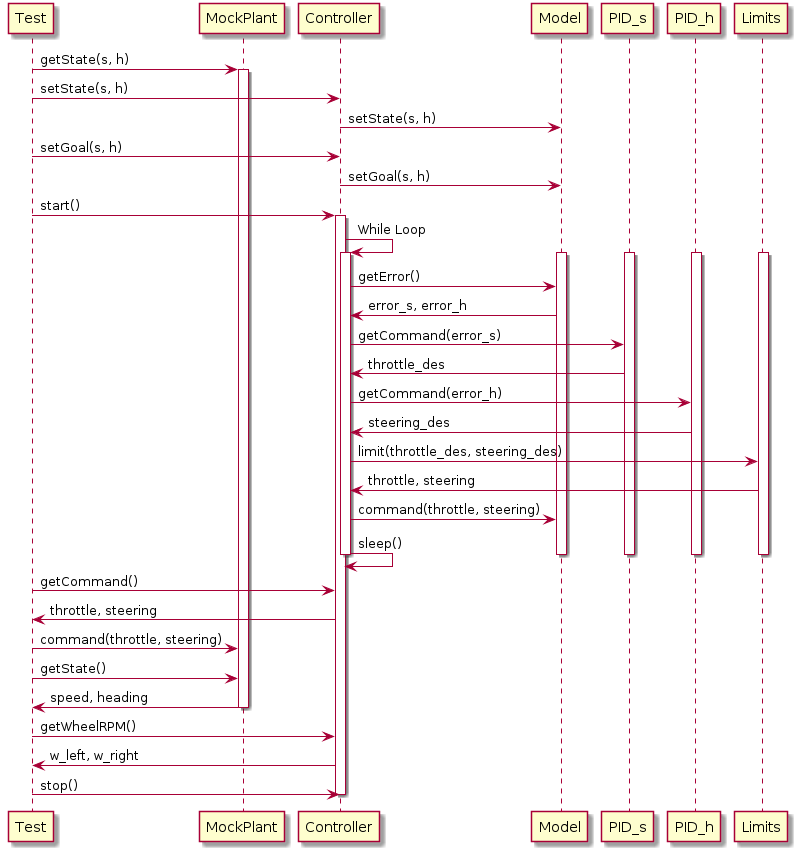
Earlier version of the PlantUML export docs/uml/activity_diagram.png (danielmohansahu/ackermann-controller).
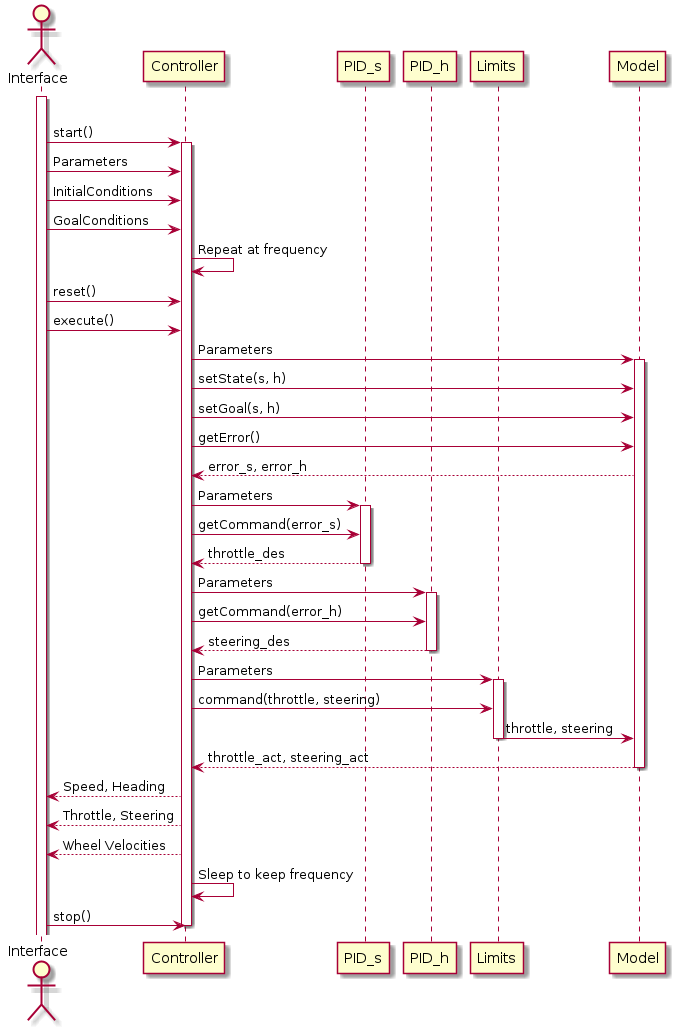
The same diagram one commit later.

Commit message:
[Task 2.8] Updated UML diagrams to reflect code to be developed.

Change to the diagram source:
```diff
@@ -1,58 +1,57 @@
 @startuml
 
-participant Test
+actor Interface
+participant Controller
+participant PID_s
+participant PID_h
+participant Limits
+participant Model
 
-Test -> MockPlant: getState(s, h)
-activate MockPlant
+activate Interface
+|||
+Interface -> Controller: start()
+activate Controller
+Interface -> Controller: Parameters
+Interface -> Controller: InitialConditions
+Interface -> Controller: GoalConditions
+Controller -> Controller: Repeat at frequency
+Interface -> Controller: reset()
+Interface -> Controller: execute()
 
-Test -> Controller: setState(s, h)
+Controller -> Model: Parameters
+activate Model
+
 Controller -> Model: setState(s, h)
 
-Test -> Controller: setGoal(s, h)
 Controller -> Model: setGoal(s, h)
+Controller -> Model: getError()
+Model --> Controller: error_s, error_h
 
-Test -> Controller: start()
-activate Controller
-Controller -> Controller: While Loop
-activate Controller
-activate Model
+Controller -> PID_s: Parameters
 activate PID_s
+Controller -> PID_s: getCommand(error_s)
+PID_s --> Controller: throttle_des
+deactivate PID_s
+
+Controller -> PID_h: Parameters
 activate PID_h
+Controller -> PID_h: getCommand(error_h)
+PID_h --> Controller: steering_des
+deactivate PID_h
+
+Controller -> Limits: Parameters
 activate Limits
+Controller -> Limits: command(throttle, steering)
+Limits -> Model: throttle, steering
+deactivate Limits
+Model --> Controller: throttle_act, steering_act
+deactivate Model
 
-Controller -> Model: getError()
-Model -> Controller: error_s, error_h
+Controller --> Interface: Speed, Heading
+Controller --> Interface: Throttle, Steering
+Controller --> Interface: Wheel Velocities
 
-Controller -> PID_s: getCommand(error_s)
-PID_s -> Controller: throttle_des
-
-Controller -> PID_h: getCommand(error_h)
-PID_h -> Controller: steering_des
-
-Controller -> Limits: limit(throttle_des, steering_des)
-Limits -> Controller: throttle, steering
-
-Controller -> Model: command(throttle, steering)
-Controller -> Controller: sleep()
-
+Controller -> Controller: Sleep to keep frequency
+Interface -> Controller: stop()
 deactivate Controller
-deactivate Model
-deactivate PID_s
-deactivate PID_h
-deactivate Limits
-
-Test -> Controller: getCommand()
-Controller -> Test: throttle, steering
-Test -> MockPlant: command(throttle, steering)
-Test -> MockPlant: getState()
-MockPlant -> Test: speed, heading
-
-deactivate MockPlant
-
-Test -> Controller: getWheelRPM()
-Controller -> Test: w_left, w_right
-
-Test -> Controller: stop()
-deactivate Controller
-
 @enduml
```
